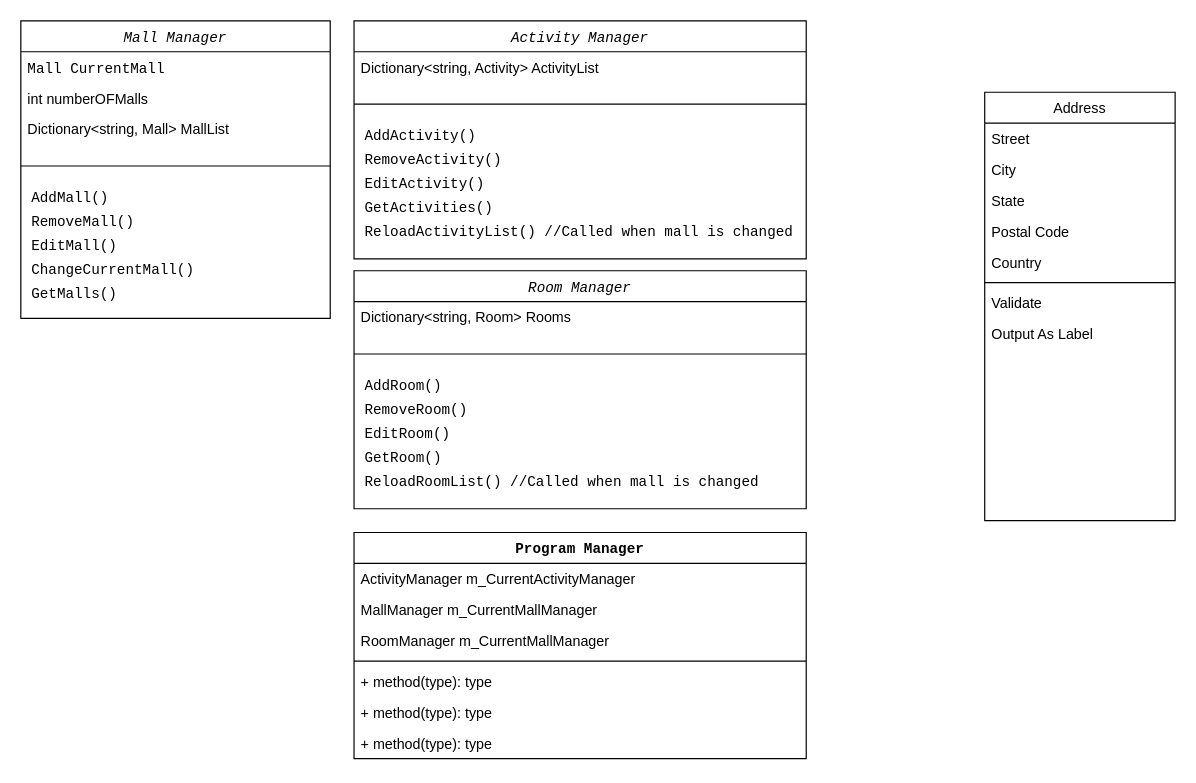
The draw.io diagram Diagrams/Classes.drawio in NikolaTotev/Mall_Manager, before the edit. Source tidied: cells renumbered, new cells numbered last; positions are measured from the earlier drawing's top-left corner, leaving out a move shared by most shapes. Both pictures are drawn from the tidied source at 119%, with x=0, y=0 at pixel (20, 20).
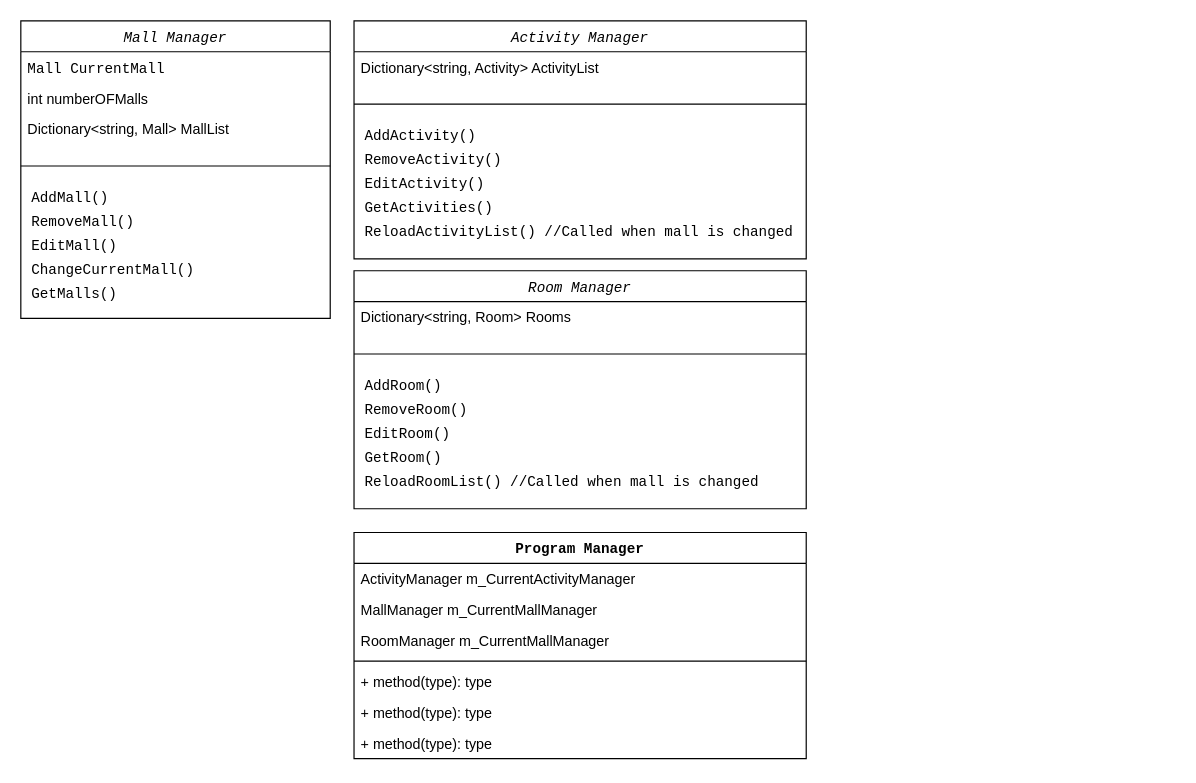
The same page after the edit.

Change to the diagram source:
```diff
@@
-    <mxCell id="12" value="Address" style="swimlane;fontStyle=0;align=center;verticalAlign=top;horizontal=1;startSize=26;rounded=0;shadow=0;strokeWidth=1;" parent="1" vertex="1">
-      <mxGeometry x="810" y="60" width="160" height="360" as="geometry" />
-    </mxCell>
-    <mxCell id="13" value="Street" style="text;align=left;verticalAlign=top;spacingLeft=4;spacingRight=4;overflow=hidden;" parent="12" vertex="1">
-      <mxGeometry y="26" width="160" height="26" as="geometry" />
-    </mxCell>
-    <mxCell id="14" value="City" style="text;align=left;verticalAlign=top;spacingLeft=4;spacingRight=4;overflow=hidden;rounded=0;shadow=0;html=0;" parent="12" vertex="1">
-      <mxGeometry y="52" width="160" height="26" as="geometry" />
-    </mxCell>
-    <mxCell id="15" value="State" style="text;align=left;verticalAlign=top;spacingLeft=4;spacingRight=4;overflow=hidden;rounded=0;shadow=0;html=0;" parent="12" vertex="1">
-      <mxGeometry y="78" width="160" height="26" as="geometry" />
-    </mxCell>
-    <mxCell id="16" value="Postal Code" style="text;align=left;verticalAlign=top;spacingLeft=4;spacingRight=4;overflow=hidden;rounded=0;shadow=0;html=0;" parent="12" vertex="1">
-      <mxGeometry y="104" width="160" height="26" as="geometry" />
-    </mxCell>
-    <mxCell id="17" value="Country" style="text;align=left;verticalAlign=top;spacingLeft=4;spacingRight=4;overflow=hidden;rounded=0;shadow=0;html=0;" parent="12" vertex="1">
-      <mxGeometry y="130" width="160" height="26" as="geometry" />
-    </mxCell>
-    <mxCell id="18" style="line;html=1;strokeWidth=1;align=left;verticalAlign=middle;spacingTop=-1;spacingLeft=3;spacingRight=3;labelPosition=right;" parent="12" vertex="1">
-      <mxGeometry y="156" width="160" height="8" as="geometry" />
-    </mxCell>
-    <mxCell id="19" value="Validate" style="text;align=left;verticalAlign=top;spacingLeft=4;spacingRight=4;overflow=hidden;" parent="12" vertex="1">
-      <mxGeometry y="164" width="160" height="26" as="geometry" />
-    </mxCell>
-    <mxCell id="20" value="Output As Label" style="text;align=left;verticalAlign=top;spacingLeft=4;spacingRight=4;overflow=hidden;" parent="12" vertex="1">
-      <mxGeometry y="190" width="160" height="26" as="geometry" />
-    </mxCell>
```
